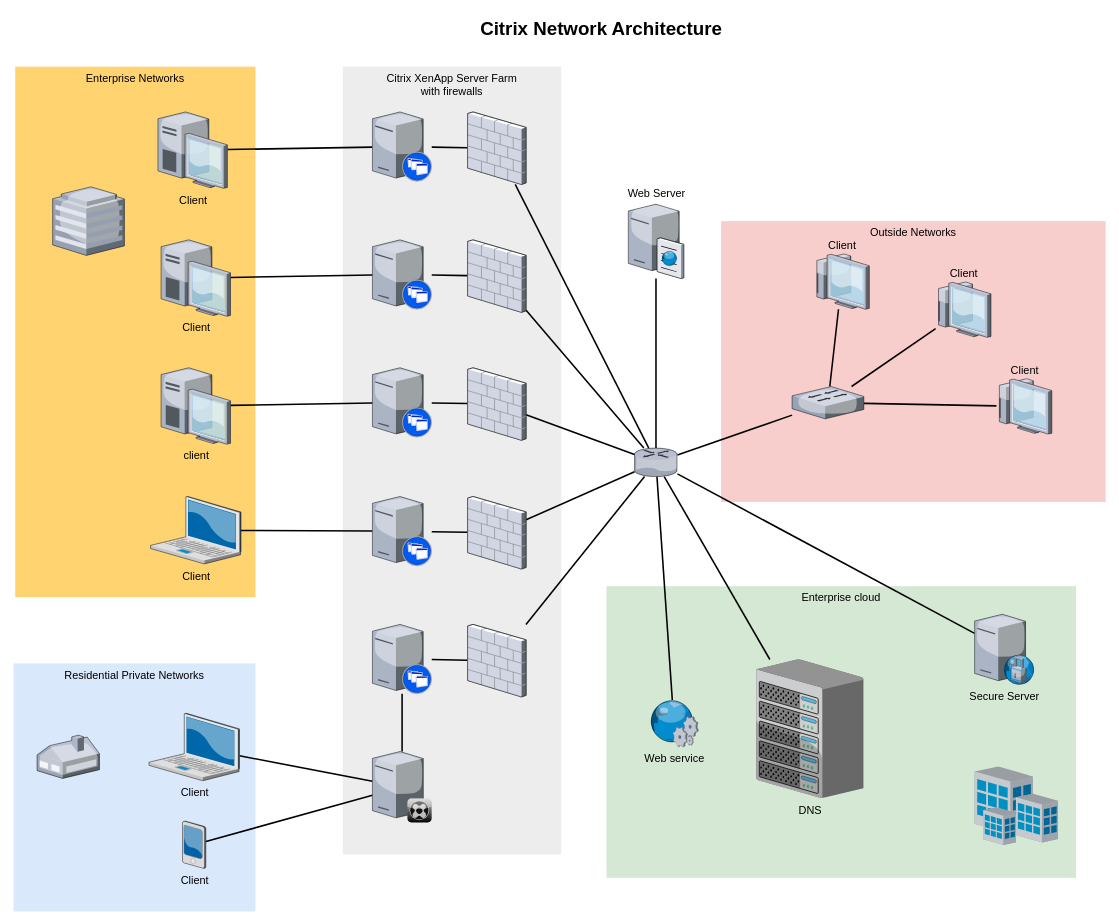
Earlier version of the draw.io diagram Biểu đồ không có tiêu đề.drawio (NamNamIoT/ESP32_CANOPUS). Source tidied: cells renumbered, new cells numbered last; positions are measured from the earlier drawing's top-left corner, leaving out a move shared by most shapes. Both pictures are drawn from the tidied source at 78%, with x=0, y=0 at pixel (13, 13).
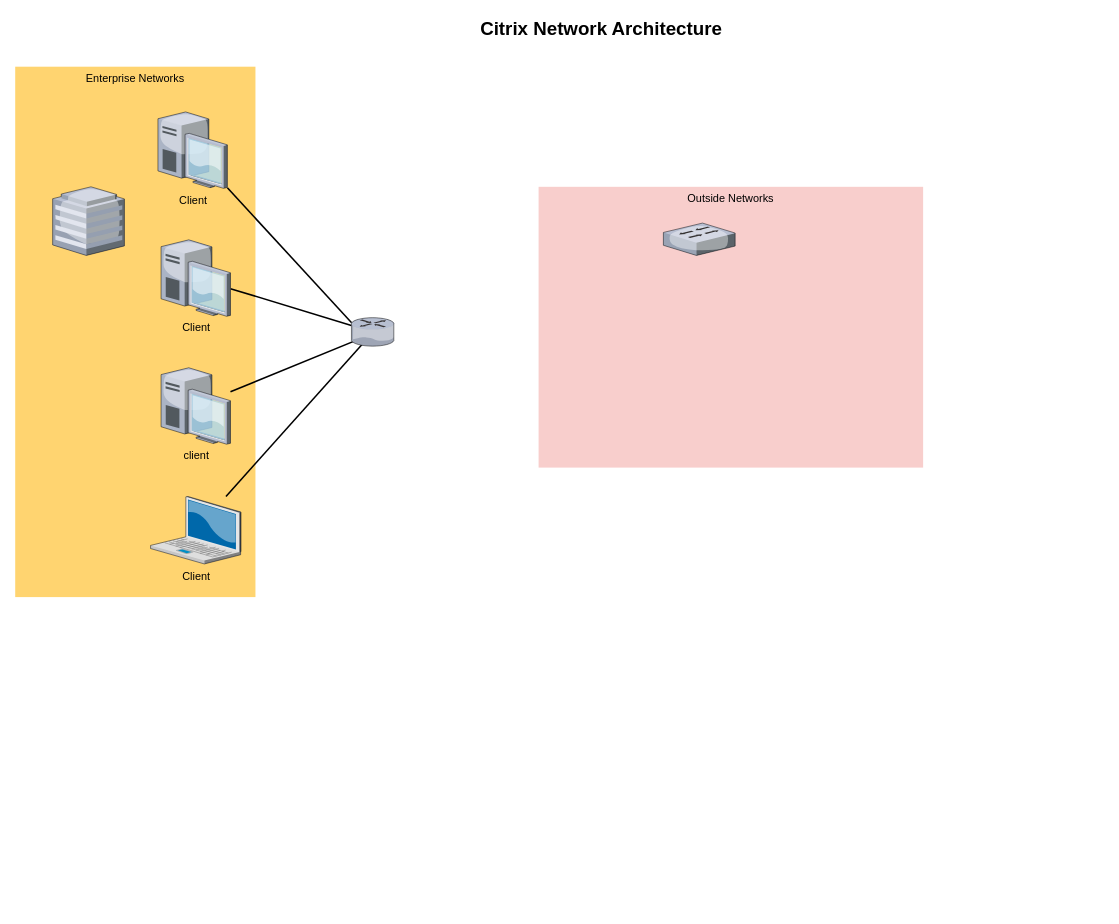
The same diagram, later.

Unchanged cells that the change refers to:
```xml
<mxCell id="10" value="Client" style="verticalLabelPosition=bottom;html=1;verticalAlign=top;strokeColor=none;shape=mxgraph.citrix.laptop_2;fillColor=#66B2FF;gradientColor=#0066CC;fontSize=14;" parent="1" vertex="1">
  <mxGeometry x="175.5" y="619" width="116" height="86.5" as="geometry" />
</mxCell>
<mxCell id="12" value="client" style="verticalLabelPosition=bottom;html=1;verticalAlign=top;strokeColor=none;shape=mxgraph.citrix.desktop;fillColor=#66B2FF;gradientColor=#0066CC;fontSize=14;" parent="1" vertex="1">
  <mxGeometry x="189" y="454" width="89" height="98" as="geometry" />
</mxCell>
<mxCell id="14" value="Client" style="verticalLabelPosition=bottom;html=1;verticalAlign=top;strokeColor=none;shape=mxgraph.citrix.desktop;fillColor=#66B2FF;gradientColor=#0066CC;fontSize=14;" parent="1" vertex="1">
  <mxGeometry x="189" y="290" width="89" height="98" as="geometry" />
</mxCell>
<mxCell id="16" value="Client" style="verticalLabelPosition=bottom;html=1;verticalAlign=top;strokeColor=none;shape=mxgraph.citrix.desktop;fillColor=#66B2FF;gradientColor=#0066CC;fontSize=14;" parent="1" vertex="1">
  <mxGeometry x="185" y="126" width="89" height="98" as="geometry" />
</mxCell>
```

What changed in the source:
```diff
@@
     <mxCell id="2" value="Outside Networks" style="whiteSpace=wrap;html=1;fillColor=#f8cecc;fontSize=14;strokeColor=none;verticalAlign=top;" parent="1" vertex="1">
-      <mxGeometry x="907" y="266" width="493" height="360" as="geometry" />
+      <mxGeometry x="673" y="222" width="493" height="360" as="geometry" />
     </mxCell>
-    <mxCell id="3" value="Enterprise cloud" style="whiteSpace=wrap;html=1;fillColor=#d5e8d4;fontSize=14;strokeColor=none;verticalAlign=top;" parent="1" vertex="1">
-      <mxGeometry x="760" y="734" width="602" height="374" as="geometry" />
-    </mxCell>
-    <mxCell id="4" value="Citrix XenApp Server Farm&lt;div&gt;with firewalls&lt;/div&gt;" style="whiteSpace=wrap;html=1;fillColor=#EDEDED;fontSize=14;strokeColor=none;verticalAlign=top;" parent="1" vertex="1">
-      <mxGeometry x="422" y="68" width="280" height="1010" as="geometry" />
-    </mxCell>
-    <mxCell id="5" value="Residential Private Networks" style="whiteSpace=wrap;html=1;fillColor=#dae8fc;fontSize=14;strokeColor=none;verticalAlign=top;" parent="1" vertex="1">
-      <mxGeometry y="833" width="310" height="318" as="geometry" />
-    </mxCell>
@@
-    <mxCell id="7" style="edgeStyle=none;rounded=0;html=1;startSize=10;endSize=10;jettySize=auto;fontSize=14;endArrow=none;endFill=0;strokeWidth=2;" parent="1" edge="1" source="8" target="35">
-      <mxGeometry relative="1" as="geometry" />
-    </mxCell>
-    <mxCell id="8" value="Client" style="verticalLabelPosition=bottom;html=1;verticalAlign=top;strokeColor=none;shape=mxgraph.citrix.laptop_2;fillColor=#66B2FF;gradientColor=#0066CC;fontSize=14;" parent="1" vertex="1">
-      <mxGeometry x="173.5" y="897" width="116" height="86.5" as="geometry" />
-    </mxCell>
-    <mxCell id="9" style="edgeStyle=none;rounded=0;html=1;startSize=10;endSize=10;jettySize=auto;fontSize=14;endArrow=none;endFill=0;strokeWidth=2;" parent="1" edge="1" source="10" target="22">
+    <mxCell id="9" style="edgeStyle=none;rounded=0;html=1;startSize=10;endSize=10;jettySize=auto;fontSize=14;endArrow=none;endFill=0;strokeWidth=2;entryX=0.608;entryY=0.333;entryDx=0;entryDy=0;entryPerimeter=0;" parent="1" edge="1" source="10" target="33">
       <mxGeometry relative="1" as="geometry" />
     </mxCell>
@@
-    <mxCell id="11" style="edgeStyle=none;rounded=0;html=1;startSize=10;endSize=10;jettySize=auto;fontSize=14;endArrow=none;endFill=0;strokeWidth=2;" parent="1" edge="1" source="12" target="24">
+    <mxCell id="11" style="edgeStyle=none;rounded=0;html=1;startSize=10;endSize=10;jettySize=auto;fontSize=14;endArrow=none;endFill=0;strokeWidth=2;entryX=0.608;entryY=0.489;entryDx=0;entryDy=0;entryPerimeter=0;" parent="1" edge="1" source="12" target="33">
       <mxGeometry relative="1" as="geometry" />
     </mxCell>
@@
-    <mxCell id="13" style="edgeStyle=none;rounded=0;html=1;startSize=10;endSize=10;jettySize=auto;fontSize=14;endArrow=none;endFill=0;strokeWidth=2;" parent="1" edge="1" source="14" target="26">
+    <mxCell id="13" style="edgeStyle=none;rounded=0;html=1;startSize=10;endSize=10;jettySize=auto;fontSize=14;endArrow=none;endFill=0;strokeWidth=2;" parent="1" edge="1" source="14" target="33">
       <mxGeometry relative="1" as="geometry" />
     </mxCell>
@@
-    <mxCell id="15" style="edgeStyle=none;rounded=0;html=1;startSize=10;endSize=10;jettySize=auto;fontSize=14;endArrow=none;endFill=0;strokeWidth=2;" parent="1" edge="1" source="16" target="28">
+    <mxCell id="15" style="edgeStyle=none;rounded=0;html=1;startSize=10;endSize=10;jettySize=auto;fontSize=14;endArrow=none;endFill=0;strokeWidth=2;entryX=0.005;entryY=0.176;entryDx=0;entryDy=0;entryPerimeter=0;" parent="1" edge="1" source="16" target="33">
       <mxGeometry relative="1" as="geometry" />
     </mxCell>
@@
-    <mxCell id="17" style="edgeStyle=none;rounded=0;html=1;startSize=10;endSize=10;jettySize=auto;fontSize=14;endArrow=none;endFill=0;strokeWidth=2;" parent="1" edge="1" source="18" target="35">
-      <mxGeometry relative="1" as="geometry" />
-    </mxCell>
-    <mxCell id="18" value="Client" style="verticalLabelPosition=bottom;html=1;verticalAlign=top;strokeColor=none;shape=mxgraph.citrix.pda;fillColor=#66B2FF;gradientColor=#0066CC;fontSize=14;" parent="1" vertex="1">
-      <mxGeometry x="216.5" y="1035" width="30" height="61" as="geometry" />
-    </mxCell>
-    <mxCell id="19" style="edgeStyle=none;rounded=0;html=1;startSize=10;endSize=10;jettySize=auto;fontSize=14;endArrow=none;endFill=0;strokeWidth=2;" parent="1" edge="1" source="20" target="47">
-      <mxGeometry relative="1" as="geometry" />
-    </mxCell>
-    <mxCell id="20" style="verticalLabelPosition=bottom;html=1;verticalAlign=top;strokeColor=none;shape=mxgraph.citrix.xenapp_server;fillColor=#66B2FF;gradientColor=#0066CC;fontSize=14;" parent="1" vertex="1">
-      <mxGeometry x="460" y="783" width="76" height="89" as="geometry" />
-    </mxCell>
-    <mxCell id="21" style="edgeStyle=none;rounded=0;html=1;startSize=10;endSize=10;jettySize=auto;fontSize=14;endArrow=none;endFill=0;strokeWidth=2;" parent="1" edge="1" source="22" target="45">
-      <mxGeometry relative="1" as="geometry" />
-    </mxCell>
-    <mxCell id="22" style="verticalLabelPosition=bottom;html=1;verticalAlign=top;strokeColor=none;shape=mxgraph.citrix.xenapp_server;fillColor=#66B2FF;gradientColor=#0066CC;fontSize=14;" parent="1" vertex="1">
-      <mxGeometry x="460" y="619" width="76" height="89" as="geometry" />
-    </mxCell>
-    <mxCell id="23" style="edgeStyle=none;rounded=0;html=1;startSize=10;endSize=10;jettySize=auto;fontSize=14;endArrow=none;endFill=0;strokeWidth=2;" parent="1" edge="1" source="24" target="43">
-      <mxGeometry relative="1" as="geometry" />
-    </mxCell>
-    <mxCell id="24" style="verticalLabelPosition=bottom;html=1;verticalAlign=top;strokeColor=none;shape=mxgraph.citrix.xenapp_server;fillColor=#66B2FF;gradientColor=#0066CC;fontSize=14;" parent="1" vertex="1">
-      <mxGeometry x="460" y="454" width="76" height="89" as="geometry" />
-    </mxCell>
-    <mxCell id="25" style="edgeStyle=none;rounded=0;html=1;startSize=10;endSize=10;jettySize=auto;fontSize=14;endArrow=none;endFill=0;strokeWidth=2;" parent="1" edge="1" source="26" target="41">
-      <mxGeometry relative="1" as="geometry" />
-    </mxCell>
-    <mxCell id="26" style="verticalLabelPosition=bottom;html=1;verticalAlign=top;strokeColor=none;shape=mxgraph.citrix.xenapp_server;fillColor=#66B2FF;gradientColor=#0066CC;fontSize=14;" parent="1" vertex="1">
-      <mxGeometry x="460" y="290" width="76" height="89" as="geometry" />
-    </mxCell>
-    <mxCell id="27" style="edgeStyle=none;rounded=0;html=1;startSize=10;endSize=10;jettySize=auto;fontSize=14;endArrow=none;endFill=0;strokeWidth=2;" parent="1" edge="1" source="28" target="39">
-      <mxGeometry relative="1" as="geometry" />
-    </mxCell>
-    <mxCell id="28" style="verticalLabelPosition=bottom;html=1;verticalAlign=top;strokeColor=none;shape=mxgraph.citrix.xenapp_server;fillColor=#66B2FF;gradientColor=#0066CC;fontSize=14;" parent="1" vertex="1">
-      <mxGeometry x="460" y="126" width="76" height="89" as="geometry" />
-    </mxCell>
-    <mxCell id="29" style="edgeStyle=none;rounded=0;html=1;startSize=10;endSize=10;jettySize=auto;fontSize=14;endArrow=none;endFill=0;strokeWidth=2;" parent="1" edge="1" source="33" target="37">
-      <mxGeometry relative="1" as="geometry" />
-    </mxCell>
-    <mxCell id="30" style="edgeStyle=none;rounded=0;html=1;startSize=10;endSize=10;jettySize=auto;fontSize=14;endArrow=none;endFill=0;strokeWidth=2;" parent="1" edge="1" source="33" target="36">
-      <mxGeometry relative="1" as="geometry" />
-    </mxCell>
-    <mxCell id="31" style="edgeStyle=none;rounded=0;html=1;startSize=10;endSize=10;jettySize=auto;fontSize=14;endArrow=none;endFill=0;strokeWidth=2;" parent="1" edge="1" source="33" target="54">
-      <mxGeometry relative="1" as="geometry" />
-    </mxCell>
-    <mxCell id="32" style="edgeStyle=none;rounded=0;html=1;startSize=10;endSize=10;jettySize=auto;fontSize=14;endArrow=none;endFill=0;strokeWidth=2;" parent="1" edge="1" source="33" target="50">
-      <mxGeometry relative="1" as="geometry" />
-    </mxCell>
     <mxCell id="33" style="verticalLabelPosition=bottom;html=1;verticalAlign=top;strokeColor=none;shape=mxgraph.citrix.router;fillColor=#66B2FF;gradientColor=#0066CC;fontSize=14;" parent="1" vertex="1">
-      <mxGeometry x="796" y="557" width="55" height="36.5" as="geometry" />
+      <mxGeometry x="433" y="389.8" width="55" height="36.5" as="geometry" />
     </mxCell>
-    <mxCell id="34" style="edgeStyle=none;rounded=0;html=1;startSize=10;endSize=10;jettySize=auto;fontSize=14;endArrow=none;endFill=0;strokeWidth=2;" parent="1" edge="1" source="35" target="20">
-      <mxGeometry relative="1" as="geometry" />
-    </mxCell>
-    <mxCell id="35" style="verticalLabelPosition=bottom;html=1;verticalAlign=top;strokeColor=none;shape=mxgraph.citrix.xenclient_synchronizer;fillColor=#CCCCCC;gradientColor=#000000;gradientDirection=south;fontSize=14;" parent="1" vertex="1">
-      <mxGeometry x="460" y="946" width="76" height="91" as="geometry" />
-    </mxCell>
-    <mxCell id="36" value="Web Server" style="verticalLabelPosition=top;html=1;verticalAlign=bottom;strokeColor=none;shape=mxgraph.citrix.cache_server;fillColor=#66B2FF;gradientColor=#0066CC;fontSize=14;labelPosition=center;align=center;" parent="1" vertex="1">
-      <mxGeometry x="788" y="242" width="71" height="97.5" as="geometry" />
-    </mxCell>
-    <mxCell id="37" value="DNS" style="verticalLabelPosition=bottom;html=1;verticalAlign=top;strokeColor=none;shape=mxgraph.citrix.chassis;fillColor=#66B2FF;gradientColor=#0066CC;fontSize=14;" parent="1" vertex="1">
-      <mxGeometry x="952" y="828" width="137.5" height="177.5" as="geometry" />
-    </mxCell>
-    <mxCell id="38" style="edgeStyle=none;rounded=0;html=1;startSize=10;endSize=10;jettySize=auto;fontSize=14;endArrow=none;endFill=0;strokeWidth=2;" parent="1" edge="1" source="39" target="33">
-      <mxGeometry relative="1" as="geometry" />
-    </mxCell>
-    <mxCell id="39" style="verticalLabelPosition=bottom;html=1;verticalAlign=top;strokeColor=none;shape=mxgraph.citrix.firewall;fillColor=#66B2FF;gradientColor=#0066CC;fontSize=14;" parent="1" vertex="1">
-      <mxGeometry x="582" y="126" width="75" height="93" as="geometry" />
-    </mxCell>
-    <mxCell id="40" style="edgeStyle=none;rounded=0;html=1;startSize=10;endSize=10;jettySize=auto;fontSize=14;endArrow=none;endFill=0;strokeWidth=2;" parent="1" edge="1" source="41" target="33">
-      <mxGeometry relative="1" as="geometry" />
-    </mxCell>
-    <mxCell id="41" style="verticalLabelPosition=bottom;html=1;verticalAlign=top;strokeColor=none;shape=mxgraph.citrix.firewall;fillColor=#66B2FF;gradientColor=#0066CC;fontSize=14;" parent="1" vertex="1">
-      <mxGeometry x="582" y="290" width="75" height="93" as="geometry" />
-    </mxCell>
-    <mxCell id="42" style="edgeStyle=none;rounded=0;html=1;startSize=10;endSize=10;jettySize=auto;fontSize=14;endArrow=none;endFill=0;strokeWidth=2;" parent="1" edge="1" source="43" target="33">
-      <mxGeometry relative="1" as="geometry" />
-    </mxCell>
-    <mxCell id="43" style="verticalLabelPosition=bottom;html=1;verticalAlign=top;strokeColor=none;shape=mxgraph.citrix.firewall;fillColor=#66B2FF;gradientColor=#0066CC;fontSize=14;" parent="1" vertex="1">
-      <mxGeometry x="582" y="454" width="75" height="93" as="geometry" />
-    </mxCell>
-    <mxCell id="44" style="edgeStyle=none;rounded=0;html=1;startSize=10;endSize=10;jettySize=auto;fontSize=14;endArrow=none;endFill=0;strokeWidth=2;" parent="1" edge="1" source="45" target="33">
-      <mxGeometry relative="1" as="geometry" />
-    </mxCell>
-    <mxCell id="45" style="verticalLabelPosition=bottom;html=1;verticalAlign=top;strokeColor=none;shape=mxgraph.citrix.firewall;fillColor=#66B2FF;gradientColor=#0066CC;fontSize=14;" parent="1" vertex="1">
-      <mxGeometry x="582" y="619" width="75" height="93" as="geometry" />
-    </mxCell>
-    <mxCell id="46" style="edgeStyle=none;rounded=0;html=1;startSize=10;endSize=10;jettySize=auto;fontSize=14;endArrow=none;endFill=0;strokeWidth=2;" parent="1" edge="1" source="47" target="33">
-      <mxGeometry relative="1" as="geometry" />
-    </mxCell>
-    <mxCell id="47" style="verticalLabelPosition=bottom;html=1;verticalAlign=top;strokeColor=none;shape=mxgraph.citrix.firewall;fillColor=#66B2FF;gradientColor=#0066CC;fontSize=14;" parent="1" vertex="1">
-      <mxGeometry x="582" y="783" width="75" height="93" as="geometry" />
-    </mxCell>
-    <mxCell id="48" style="verticalLabelPosition=bottom;html=1;verticalAlign=top;strokeColor=none;shape=mxgraph.citrix.home_office;fillColor=#66B2FF;gradientColor=#0066CC;fontSize=14;" parent="1" vertex="1">
-      <mxGeometry x="30" y="925" width="80" height="55.5" as="geometry" />
-    </mxCell>
@@
-    <mxCell id="50" value="Secure Server" style="verticalLabelPosition=bottom;html=1;verticalAlign=top;strokeColor=none;shape=mxgraph.citrix.proxy_server;fillColor=#66B2FF;gradientColor=#0066CC;fontSize=14;" parent="1" vertex="1">
-      <mxGeometry x="1232" y="770" width="76.5" height="90" as="geometry" />
-    </mxCell>
-    <mxCell id="51" style="edgeStyle=none;rounded=0;html=1;startSize=10;endSize=10;jettySize=auto;fontSize=14;endArrow=none;endFill=0;strokeWidth=2;" parent="1" edge="1" source="54" target="57">
-      <mxGeometry relative="1" as="geometry" />
-    </mxCell>
-    <mxCell id="52" style="edgeStyle=none;rounded=0;html=1;startSize=10;endSize=10;jettySize=auto;fontSize=14;endArrow=none;endFill=0;strokeWidth=2;" parent="1" edge="1" source="54" target="56">
-      <mxGeometry relative="1" as="geometry" />
-    </mxCell>
-    <mxCell id="53" style="edgeStyle=none;rounded=0;html=1;startSize=10;endSize=10;jettySize=auto;fontSize=14;endArrow=none;endFill=0;strokeWidth=2;" parent="1" edge="1" source="54" target="55">
-      <mxGeometry relative="1" as="geometry" />
-    </mxCell>
     <mxCell id="54" style="verticalLabelPosition=bottom;html=1;verticalAlign=top;strokeColor=none;shape=mxgraph.citrix.switch;fillColor=#66B2FF;gradientColor=#0066CC;fontSize=14;" parent="1" vertex="1">
-      <mxGeometry x="998" y="478" width="92" height="41.5" as="geometry" />
+      <mxGeometry x="833" y="268.5" width="92" height="41.5" as="geometry" />
     </mxCell>
-    <mxCell id="55" value="Client" style="verticalLabelPosition=top;html=1;verticalAlign=bottom;strokeColor=none;shape=mxgraph.citrix.thin_client;fillColor=#66B2FF;gradientColor=#0066CC;fontSize=14;labelPosition=center;align=center;" parent="1" vertex="1">
-      <mxGeometry x="1260" y="468" width="71" height="71" as="geometry" />
-    </mxCell>
-    <mxCell id="56" value="Client" style="verticalLabelPosition=top;html=1;verticalAlign=bottom;strokeColor=none;shape=mxgraph.citrix.thin_client;fillColor=#66B2FF;gradientColor=#0066CC;fontSize=14;labelPosition=center;align=center;" parent="1" vertex="1">
-      <mxGeometry x="1182" y="344" width="71" height="71" as="geometry" />
-    </mxCell>
-    <mxCell id="57" value="Client" style="verticalLabelPosition=top;html=1;verticalAlign=bottom;strokeColor=none;shape=mxgraph.citrix.thin_client;fillColor=#66B2FF;gradientColor=#0066CC;fontSize=14;labelPosition=center;align=center;" parent="1" vertex="1">
-      <mxGeometry x="1026" y="308" width="71" height="71" as="geometry" />
-    </mxCell>
-    <mxCell id="58" style="edgeStyle=none;rounded=0;html=1;startSize=10;endSize=10;jettySize=auto;fontSize=14;endArrow=none;endFill=0;strokeWidth=2;" parent="1" edge="1" source="59" target="33">
-      <mxGeometry relative="1" as="geometry" />
-    </mxCell>
-    <mxCell id="59" value="Web service" style="verticalLabelPosition=bottom;html=1;verticalAlign=top;strokeColor=none;shape=mxgraph.citrix.web_service;fillColor=#66B2FF;gradientColor=#0066CC;fontSize=14;" parent="1" vertex="1">
-      <mxGeometry x="815" y="880" width="63" height="60" as="geometry" />
-    </mxCell>
-    <mxCell id="60" style="verticalLabelPosition=bottom;html=1;verticalAlign=top;strokeColor=none;shape=mxgraph.citrix.site;fillColor=#66B2FF;gradientColor=#0066CC;fontSize=14;" parent="1" vertex="1">
-      <mxGeometry x="1232" y="965" width="107" height="101" as="geometry" />
-    </mxCell>
```
